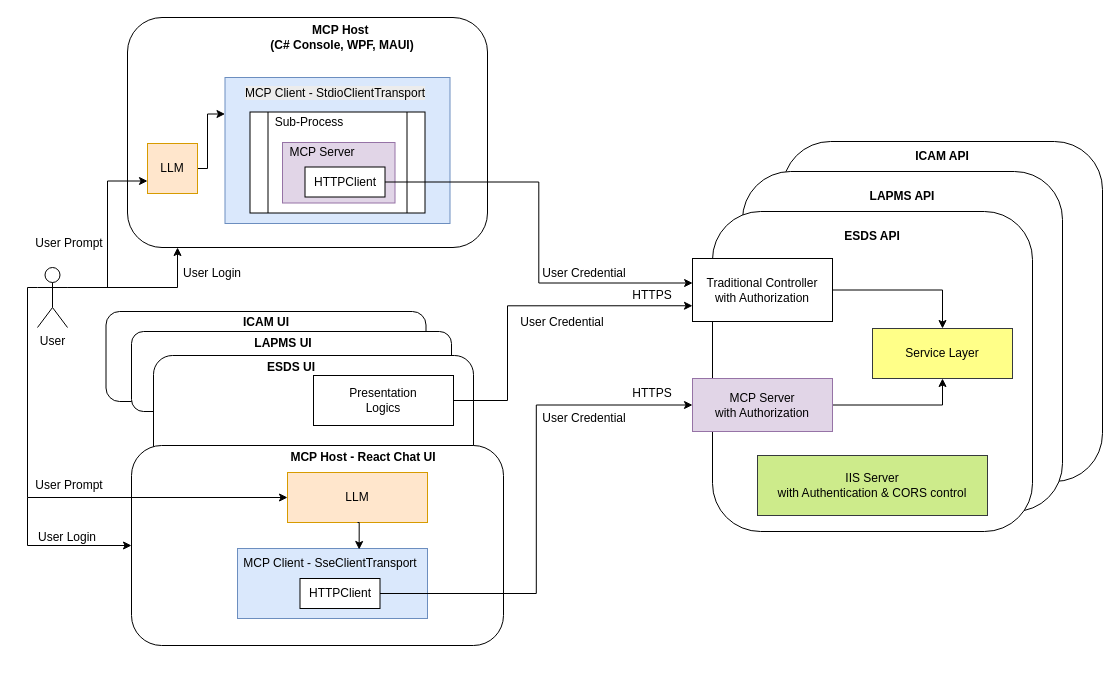
Earlier version of the draw.io diagram images/mcp.drawio (leungkimming/MPCAuthen). Source tidied: cells renumbered, new cells numbered last; positions are measured from the earlier drawing's top-left corner, leaving out a move shared by most shapes. Both pictures are drawn from the tidied source at 100%, with x=0, y=0 at pixel (17, 17).
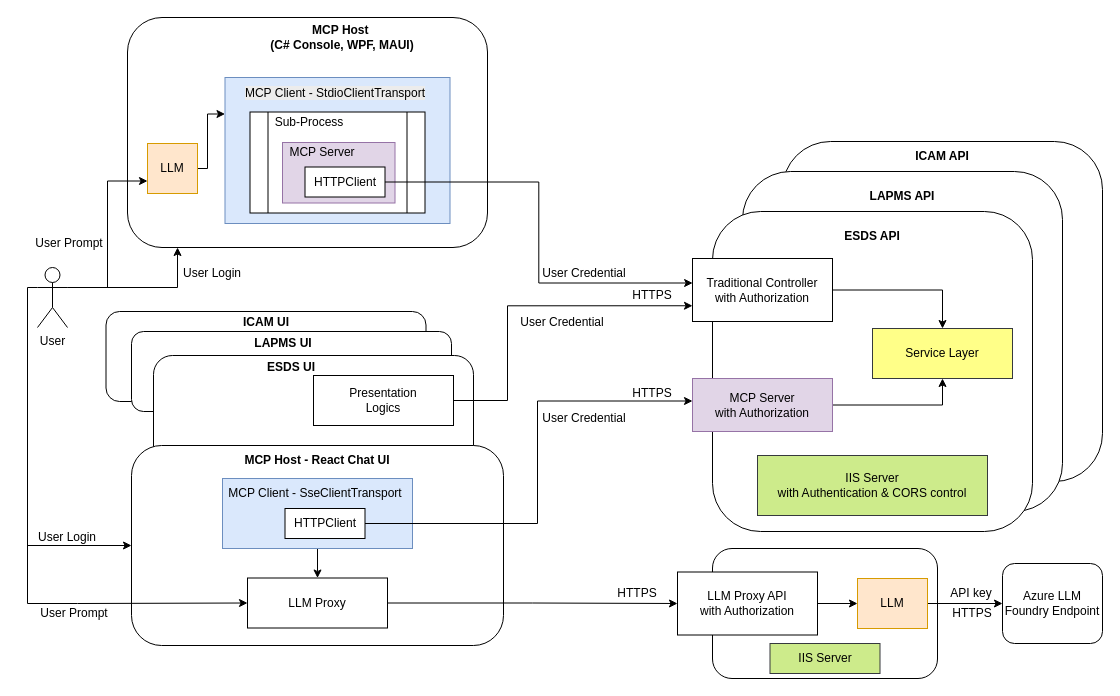
After the change.

The change refers to these unchanged cells:
```xml
<mxCell id="11" value="MCP Server&lt;div&gt;with Authorization&lt;/div&gt;" style="rounded=0;whiteSpace=wrap;html=1;fillColor=#e1d5e7;strokeColor=#9673a6;" parent="1" vertex="1">
  <mxGeometry x="675" y="361" width="140" height="53" as="geometry" />
</mxCell>
<mxCell id="14" value="HTTPS" style="text;html=1;align=center;verticalAlign=middle;whiteSpace=wrap;rounded=0;" parent="1" vertex="1">
  <mxGeometry x="595" y="361" width="80" height="30" as="geometry" />
</mxCell>
<mxCell id="29" value="User" style="shape=umlActor;verticalLabelPosition=bottom;verticalAlign=top;html=1;outlineConnect=0;" parent="1" vertex="1">
  <mxGeometry x="20" y="250" width="30" height="60" as="geometry" />
</mxCell>
```

Diff of the diagram source:
```diff
@@
+    <mxCell id="56" style="edgeStyle=orthogonalEdgeStyle;rounded=0;jettySize=auto;html=1;exitX=0.5;exitY=1;exitDx=0;exitDy=0;entryX=0.5;entryY=0;entryDx=0;entryDy=0;" parent="1" edge="1" source="43" target="46">
+      <mxGeometry relative="1" as="geometry" />
+    </mxCell>
     <mxCell id="43" style="rounded=0;whiteSpace=wrap;html=1;fillColor=#dae8fc;strokeColor=#6c8ebf;" parent="1" vertex="1">
-      <mxGeometry x="220" y="531" width="190" height="70" as="geometry" />
+      <mxGeometry x="205" y="461" width="190" height="70" as="geometry" />
     </mxCell>
     <mxCell id="44" value="MCP Client -&amp;nbsp;&lt;span style=&quot;background-color: transparent; color: light-dark(rgb(0, 0, 0), rgb(255, 255, 255));&quot;&gt;SseClientTransport&lt;/span&gt;" style="text;html=1;align=center;verticalAlign=middle;whiteSpace=wrap;rounded=0;" parent="1" vertex="1">
-      <mxGeometry x="222.5" y="531" width="180" height="30" as="geometry" />
+      <mxGeometry x="207.5" y="461" width="180" height="30" as="geometry" />
     </mxCell>
+    <mxCell id="57" style="edgeStyle=orthogonalEdgeStyle;rounded=0;jettySize=auto;html=1;exitX=1;exitY=0.5;exitDx=0;exitDy=0;entryX=1;entryY=0.75;entryDx=0;entryDy=0;" parent="1" edge="1" source="45" target="14">
+      <mxGeometry relative="1" as="geometry">
+        <Array as="points">
+          <mxPoint x="520" y="506" />
+          <mxPoint x="520" y="384" />
+        </Array>
+      </mxGeometry>
+    </mxCell>
     <mxCell id="45" value="HTTPClient" style="rounded=0;whiteSpace=wrap;html=1;" parent="1" vertex="1">
-      <mxGeometry x="282.5" y="561" width="80" height="30" as="geometry" />
+      <mxGeometry x="267.5" y="491" width="80" height="30" as="geometry" />
     </mxCell>
+    <mxCell id="58" style="edgeStyle=orthogonalEdgeStyle;rounded=0;jettySize=auto;html=1;exitX=1;exitY=0.5;exitDx=0;exitDy=0;entryX=0;entryY=0.5;entryDx=0;entryDy=0;" parent="1" edge="1" source="46" target="63">
+      <mxGeometry relative="1" as="geometry" />
+    </mxCell>
-    <mxCell id="46" value="LLM" style="rounded=0;whiteSpace=wrap;html=1;fillColor=#ffe6cc;strokeColor=#d79b00;" parent="1" vertex="1">
-      <mxGeometry x="270" y="455" width="140" height="50" as="geometry" />
+    <mxCell id="46" value="LLM Proxy" style="rounded=0;whiteSpace=wrap;html=1;" parent="1" vertex="1">
+      <mxGeometry x="230" y="560.5" width="140" height="50" as="geometry" />
     </mxCell>
     <mxCell id="47" value="User Prompt" style="text;html=1;align=center;verticalAlign=middle;whiteSpace=wrap;rounded=0;" parent="1" vertex="1">
-      <mxGeometry x="8.5" y="453" width="86" height="30" as="geometry" />
+      <mxGeometry x="14" y="581" width="86" height="30" as="geometry" />
     </mxCell>
-    <mxCell id="48" style="edgeStyle=orthogonalEdgeStyle;rounded=0;jettySize=auto;html=1;exitX=0.5;exitY=1;exitDx=0;exitDy=0;entryX=0.662;entryY=0.033;entryDx=0;entryDy=0;entryPerimeter=0;" parent="1" edge="1" source="46" target="44">
-      <mxGeometry relative="1" as="geometry" />
-    </mxCell>
     <mxCell id="49" value="MCP Host - React Chat UI" style="text;html=1;align=center;verticalAlign=middle;whiteSpace=wrap;rounded=0;fontStyle=1;" parent="1" vertex="1">
-      <mxGeometry x="271" y="425" width="150" height="30" as="geometry" />
+      <mxGeometry x="225" y="428" width="150" height="30" as="geometry" />
     </mxCell>
@@
-    <mxCell id="52" style="edgeStyle=orthogonalEdgeStyle;rounded=0;jettySize=auto;html=1;entryX=0;entryY=0.5;entryDx=0;entryDy=0;exitX=0;exitY=0.3333333333333333;exitDx=0;exitDy=0;exitPerimeter=0;" parent="1" edge="1" source="29" target="46">
+    <mxCell id="52" style="edgeStyle=orthogonalEdgeStyle;rounded=0;jettySize=auto;html=1;exitX=0;exitY=0.3333333333333333;exitDx=0;exitDy=0;exitPerimeter=0;entryX=0;entryY=0.5;entryDx=0;entryDy=0;" parent="1" edge="1" source="29" target="46">
       <mxGeometry relative="1" as="geometry">
         <Array as="points">
           <mxPoint x="10" y="270" />
-          <mxPoint x="10" y="480" />
+          <mxPoint x="10" y="586" />
+          <mxPoint x="60" y="586" />
         </Array>
       </mxGeometry>
     </mxCell>
@@
-    <mxCell id="54" style="edgeStyle=orthogonalEdgeStyle;rounded=0;jettySize=auto;html=1;exitX=1;exitY=0.5;exitDx=0;exitDy=0;entryX=0;entryY=0.5;entryDx=0;entryDy=0;" parent="1" edge="1" source="45" target="11">
-      <mxGeometry relative="1" as="geometry" />
-    </mxCell>
@@
+    <mxCell id="59" style="rounded=1;whiteSpace=wrap;html=1;" parent="1" vertex="1">
+      <mxGeometry x="695" y="531" width="225" height="130" as="geometry" />
+    </mxCell>
+    <mxCell id="60" style="edgeStyle=orthogonalEdgeStyle;rounded=0;jettySize=auto;html=1;exitX=1;exitY=0.5;exitDx=0;exitDy=0;entryX=0;entryY=0.5;entryDx=0;entryDy=0;" parent="1" edge="1" source="61" target="64">
+      <mxGeometry relative="1" as="geometry" />
+    </mxCell>
+    <mxCell id="61" value="LLM" style="rounded=0;whiteSpace=wrap;html=1;fillColor=#ffe6cc;strokeColor=#d79b00;" parent="1" vertex="1">
+      <mxGeometry x="840" y="561" width="70" height="50" as="geometry" />
+    </mxCell>
+    <mxCell id="62" style="edgeStyle=orthogonalEdgeStyle;rounded=0;jettySize=auto;html=1;exitX=1;exitY=0.5;exitDx=0;exitDy=0;entryX=0;entryY=0.5;entryDx=0;entryDy=0;" parent="1" edge="1" source="63" target="61">
+      <mxGeometry relative="1" as="geometry" />
+    </mxCell>
+    <mxCell id="63" value="LLM Proxy API&lt;div&gt;with Authorization&lt;/div&gt;" style="rounded=0;whiteSpace=wrap;html=1;" parent="1" vertex="1">
+      <mxGeometry x="660" y="554.5" width="140" height="63" as="geometry" />
+    </mxCell>
+    <mxCell id="64" value="Azure LLM Foundry Endpoint" style="rounded=1;whiteSpace=wrap;html=1;" parent="1" vertex="1">
+      <mxGeometry x="985" y="546" width="100" height="80" as="geometry" />
+    </mxCell>
+    <mxCell id="65" value="HTTPS" style="text;html=1;align=center;verticalAlign=middle;whiteSpace=wrap;rounded=0;" parent="1" vertex="1">
+      <mxGeometry x="580" y="560.5" width="80" height="30" as="geometry" />
+    </mxCell>
+    <mxCell id="66" value="HTTPS" style="text;html=1;align=center;verticalAlign=middle;whiteSpace=wrap;rounded=0;" parent="1" vertex="1">
+      <mxGeometry x="915" y="580.5" width="80" height="30" as="geometry" />
+    </mxCell>
+    <mxCell id="67" value="IIS Server" style="rounded=0;whiteSpace=wrap;html=1;fillColor=#cdeb8b;strokeColor=#36393d;" parent="1" vertex="1">
+      <mxGeometry x="752.5" y="626" width="110" height="30" as="geometry" />
+    </mxCell>
+    <mxCell id="68" value="API key" style="text;html=1;align=center;verticalAlign=middle;whiteSpace=wrap;rounded=0;" parent="1" vertex="1">
+      <mxGeometry x="923.8" y="561" width="60" height="30" as="geometry" />
+    </mxCell>
```
